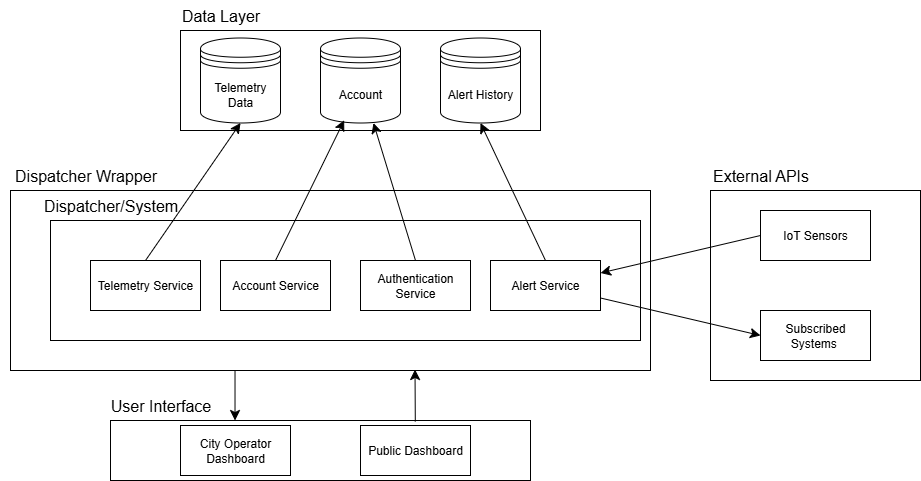
Earlier version of the draw.io export deliverable 1/BlockDiagram.drawio.png (rv810/3A04-T02-Team3). Source tidied: cells renumbered, new cells last; positions are measured from the earlier drawing's top-left corner, leaving out a move shared by most shapes. The source it was exported from:
```xml
<mxGraphModel>
  <root>
    <mxCell id="0" />
    <mxCell id="1" parent="0" />
    <mxCell id="2" style="rounded=0;whiteSpace=wrap;html=1;" parent="1" vertex="1">
      <mxGeometry x="180" y="30" width="360" height="100" as="geometry" />
    </mxCell>
    <mxCell id="3" value="Data Layer" style="text;html=1;align=center;verticalAlign=middle;strokeColor=none;fillColor=none;fontSize=16;" parent="1" vertex="1">
      <mxGeometry x="170" width="100" height="30" as="geometry" />
    </mxCell>
    <mxCell id="4" value="Telemetry Data" style="shape=datastore;whiteSpace=wrap;html=1;" parent="1" vertex="1">
      <mxGeometry x="200" y="37.5" width="80" height="85" as="geometry" />
    </mxCell>
    <mxCell id="5" value="Alert History" style="shape=datastore;whiteSpace=wrap;html=1;" parent="1" vertex="1">
      <mxGeometry x="440" y="37.5" width="80" height="85" as="geometry" />
    </mxCell>
    <mxCell id="6" value="Account" style="shape=datastore;whiteSpace=wrap;html=1;" parent="1" vertex="1">
      <mxGeometry x="320" y="37.5" width="80" height="85" as="geometry" />
    </mxCell>
    <mxCell id="7" style="rounded=0;whiteSpace=wrap;html=1;" parent="1" vertex="1">
      <mxGeometry x="10" y="190" width="640" height="180" as="geometry" />
    </mxCell>
    <mxCell id="8" value="Dispatcher Wrapper" style="text;html=1;align=center;verticalAlign=middle;strokeColor=none;fillColor=none;fontSize=16;" parent="1" vertex="1">
      <mxGeometry y="160" width="170" height="30" as="geometry" />
    </mxCell>
    <mxCell id="9" style="rounded=0;whiteSpace=wrap;html=1;" parent="1" vertex="1">
      <mxGeometry x="50" y="220" width="590" height="120" as="geometry" />
    </mxCell>
    <mxCell id="10" value="Dispatcher/System" style="text;html=1;align=center;verticalAlign=middle;strokeColor=none;fillColor=none;fontSize=16;" parent="1" vertex="1">
      <mxGeometry x="30" y="190" width="160" height="30" as="geometry" />
    </mxCell>
    <mxCell id="11" style="rounded=0;whiteSpace=wrap;html=1;" parent="1" vertex="1">
      <mxGeometry x="710" y="190" width="210" height="190" as="geometry" />
    </mxCell>
    <mxCell id="12" value="External APIs" style="text;html=1;align=center;verticalAlign=middle;strokeColor=none;fillColor=none;fontSize=16;" parent="1" vertex="1">
      <mxGeometry x="700" y="160" width="120" height="30" as="geometry" />
    </mxCell>
    <mxCell id="13" style="edgeStyle=none;curved=1;rounded=0;jettySize=auto;html=1;exitX=0;exitY=0.5;exitDx=0;exitDy=0;entryX=1;entryY=0.25;entryDx=0;entryDy=0;fontSize=12;startSize=8;endSize=8;" parent="1" edge="1" source="14" target="20">
      <mxGeometry relative="1" as="geometry" />
    </mxCell>
    <mxCell id="14" value="IoT Sensors" style="html=1;whiteSpace=wrap;" parent="1" vertex="1">
      <mxGeometry x="760" y="210" width="110" height="50" as="geometry" />
    </mxCell>
    <mxCell id="15" value="Subscribed Systems&amp;nbsp;" style="html=1;whiteSpace=wrap;" parent="1" vertex="1">
      <mxGeometry x="760" y="310" width="110" height="50" as="geometry" />
    </mxCell>
    <mxCell id="16" style="edgeStyle=none;curved=1;rounded=0;jettySize=auto;html=1;exitX=0.5;exitY=0;exitDx=0;exitDy=0;entryX=0.5;entryY=1;entryDx=0;entryDy=0;fontSize=12;startSize=8;endSize=8;" parent="1" edge="1" source="17" target="4">
      <mxGeometry relative="1" as="geometry" />
    </mxCell>
    <mxCell id="17" value="Telemetry Service" style="html=1;whiteSpace=wrap;" parent="1" vertex="1">
      <mxGeometry x="90" y="260" width="110" height="50" as="geometry" />
    </mxCell>
    <mxCell id="18" style="edgeStyle=none;curved=1;rounded=0;jettySize=auto;html=1;exitX=1;exitY=0.75;exitDx=0;exitDy=0;entryX=0;entryY=0.5;entryDx=0;entryDy=0;fontSize=12;startSize=8;endSize=8;" parent="1" edge="1" source="20" target="15">
      <mxGeometry relative="1" as="geometry" />
    </mxCell>
    <mxCell id="19" style="edgeStyle=none;curved=1;rounded=0;jettySize=auto;html=1;exitX=0.5;exitY=0;exitDx=0;exitDy=0;entryX=0.5;entryY=1;entryDx=0;entryDy=0;fontSize=12;startSize=8;endSize=8;" parent="1" edge="1" source="20" target="5">
      <mxGeometry relative="1" as="geometry" />
    </mxCell>
    <mxCell id="20" value="Alert Service" style="html=1;whiteSpace=wrap;" parent="1" vertex="1">
      <mxGeometry x="490" y="260" width="110" height="50" as="geometry" />
    </mxCell>
    <mxCell id="21" style="edgeStyle=none;curved=1;rounded=0;jettySize=auto;html=1;exitX=0.5;exitY=0;exitDx=0;exitDy=0;fontSize=12;startSize=8;endSize=8;" parent="1" edge="1" source="22" target="6">
      <mxGeometry relative="1" as="geometry" />
    </mxCell>
    <mxCell id="22" value="Authentication Service" style="html=1;whiteSpace=wrap;" parent="1" vertex="1">
      <mxGeometry x="360" y="260" width="110" height="50" as="geometry" />
    </mxCell>
    <mxCell id="23" style="edgeStyle=none;curved=1;rounded=0;jettySize=auto;html=1;exitX=0.5;exitY=0;exitDx=0;exitDy=0;entryX=0.296;entryY=0.968;entryDx=0;entryDy=0;fontSize=12;startSize=8;endSize=8;entryPerimeter=0;" parent="1" edge="1" source="24" target="6">
      <mxGeometry relative="1" as="geometry" />
    </mxCell>
    <mxCell id="24" value="Account Service" style="html=1;whiteSpace=wrap;" parent="1" vertex="1">
      <mxGeometry x="220" y="260" width="110" height="50" as="geometry" />
    </mxCell>
    <mxCell id="25" style="rounded=0;whiteSpace=wrap;html=1;" parent="1" vertex="1">
      <mxGeometry x="110" y="420" width="420" height="60" as="geometry" />
    </mxCell>
    <mxCell id="26" value="User Interface" style="text;html=1;align=center;verticalAlign=middle;strokeColor=none;fillColor=none;fontSize=16;" parent="1" vertex="1">
      <mxGeometry x="100" y="390" width="120" height="30" as="geometry" />
    </mxCell>
    <mxCell id="27" value="City Operator Dashboard&lt;span style=&quot;color: rgba(0, 0, 0, 0); font-family: monospace; font-size: 0px; text-align: start; text-wrap-mode: nowrap;&quot;&gt;%3CmxGraphModel%3E%3Croot%3E%3CmxCell%20id%3D%220%22%2F%3E%3CmxCell%20id%3D%221%22%20parent%3D%220%22%2F%3E%3CmxCell%20id%3D%222%22%20value%3D%22Telemetry%20Service%22%20style%3D%22html%3D1%3BwhiteSpace%3Dwrap%3B%22%20vertex%3D%221%22%20parent%3D%221%22%3E%3CmxGeometry%20x%3D%22150%22%20y%3D%22340%22%20width%3D%22110%22%20height%3D%2250%22%20as%3D%22geometry%22%2F%3E%3C%2FmxCell%3E%3C%2Froot%3E%3C%2FmxGraphModel%3E&lt;/span&gt;" style="html=1;whiteSpace=wrap;" parent="1" vertex="1">
      <mxGeometry x="180" y="425" width="110" height="50" as="geometry" />
    </mxCell>
    <mxCell id="28" value="Public Dashboard" style="html=1;whiteSpace=wrap;" parent="1" vertex="1">
      <mxGeometry x="360" y="425" width="110" height="50" as="geometry" />
    </mxCell>
    <mxCell id="29" style="edgeStyle=none;curved=1;rounded=0;orthogonalLoop=1;jettySize=auto;html=1;exitX=0.75;exitY=0;exitDx=0;exitDy=0;entryX=0.648;entryY=0.989;entryDx=0;entryDy=0;entryPerimeter=0;fontSize=12;startSize=8;endSize=8;" parent="1" edge="1">
      <mxGeometry relative="1" as="geometry">
        <mxPoint x="414.8" y="421" as="sourcePoint" />
        <mxPoint x="414.5" y="369" as="targetPoint" />
      </mxGeometry>
    </mxCell>
    <mxCell id="30" style="edgeStyle=none;curved=1;rounded=0;orthogonalLoop=1;jettySize=auto;html=1;exitX=0.25;exitY=1;exitDx=0;exitDy=0;fontSize=12;startSize=8;endSize=8;" parent="1" edge="1">
      <mxGeometry relative="1" as="geometry">
        <mxPoint x="234.5" y="370" as="sourcePoint" />
        <mxPoint x="234.5" y="420" as="targetPoint" />
      </mxGeometry>
    </mxCell>
  </root>
</mxGraphModel>
```
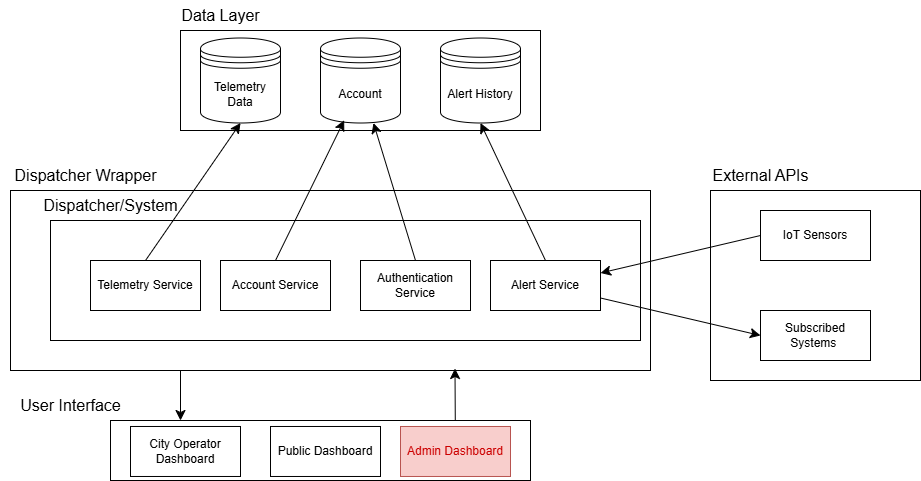
Above is the later version.

Diff of the diagram source:
```diff
@@ -75,25 +75,28 @@
       <mxGeometry x="110" y="420" width="420" height="60" as="geometry" />
     </mxCell>
     <mxCell id="26" value="User Interface" style="text;html=1;align=center;verticalAlign=middle;strokeColor=none;fillColor=none;fontSize=16;" parent="1" vertex="1">
-      <mxGeometry x="100" y="390" width="120" height="30" as="geometry" />
+      <mxGeometry x="10" y="390" width="120" height="30" as="geometry" />
     </mxCell>
     <mxCell id="27" value="City Operator Dashboard&lt;span style=&quot;color: rgba(0, 0, 0, 0); font-family: monospace; font-size: 0px; text-align: start; text-wrap-mode: nowrap;&quot;&gt;%3CmxGraphModel%3E%3Croot%3E%3CmxCell%20id%3D%220%22%2F%3E%3CmxCell%20id%3D%221%22%20parent%3D%220%22%2F%3E%3CmxCell%20id%3D%222%22%20value%3D%22Telemetry%20Service%22%20style%3D%22html%3D1%3BwhiteSpace%3Dwrap%3B%22%20vertex%3D%221%22%20parent%3D%221%22%3E%3CmxGeometry%20x%3D%22150%22%20y%3D%22340%22%20width%3D%22110%22%20height%3D%2250%22%20as%3D%22geometry%22%2F%3E%3C%2FmxCell%3E%3C%2Froot%3E%3C%2FmxGraphModel%3E&lt;/span&gt;" style="html=1;whiteSpace=wrap;" parent="1" vertex="1">
-      <mxGeometry x="180" y="425" width="110" height="50" as="geometry" />
+      <mxGeometry x="130" y="426" width="110" height="50" as="geometry" />
     </mxCell>
     <mxCell id="28" value="Public Dashboard" style="html=1;whiteSpace=wrap;" parent="1" vertex="1">
-      <mxGeometry x="360" y="425" width="110" height="50" as="geometry" />
+      <mxGeometry x="270" y="426" width="110" height="50" as="geometry" />
     </mxCell>
     <mxCell id="29" style="edgeStyle=none;curved=1;rounded=0;orthogonalLoop=1;jettySize=auto;html=1;exitX=0.75;exitY=0;exitDx=0;exitDy=0;entryX=0.648;entryY=0.989;entryDx=0;entryDy=0;entryPerimeter=0;fontSize=12;startSize=8;endSize=8;" parent="1" edge="1">
       <mxGeometry relative="1" as="geometry">
-        <mxPoint x="414.8" y="421" as="sourcePoint" />
-        <mxPoint x="414.5" y="369" as="targetPoint" />
+        <mxPoint x="454.8" y="420" as="sourcePoint" />
+        <mxPoint x="454.5" y="368" as="targetPoint" />
       </mxGeometry>
     </mxCell>
     <mxCell id="30" style="edgeStyle=none;curved=1;rounded=0;orthogonalLoop=1;jettySize=auto;html=1;exitX=0.25;exitY=1;exitDx=0;exitDy=0;fontSize=12;startSize=8;endSize=8;" parent="1" edge="1">
       <mxGeometry relative="1" as="geometry">
-        <mxPoint x="234.5" y="370" as="sourcePoint" />
-        <mxPoint x="234.5" y="420" as="targetPoint" />
+        <mxPoint x="180" y="370" as="sourcePoint" />
+        <mxPoint x="180" y="420" as="targetPoint" />
       </mxGeometry>
     </mxCell>
+    <mxCell id="31" value="&lt;font style=&quot;color: rgb(204, 0, 0);&quot;&gt;Admin Dashboard&lt;/font&gt;" style="html=1;whiteSpace=wrap;fillColor=#f8cecc;strokeColor=#b85450;" parent="1" vertex="1">
+      <mxGeometry x="400" y="426" width="110" height="50" as="geometry" />
+    </mxCell>
   </root>
 </mxGraphModel>
```
